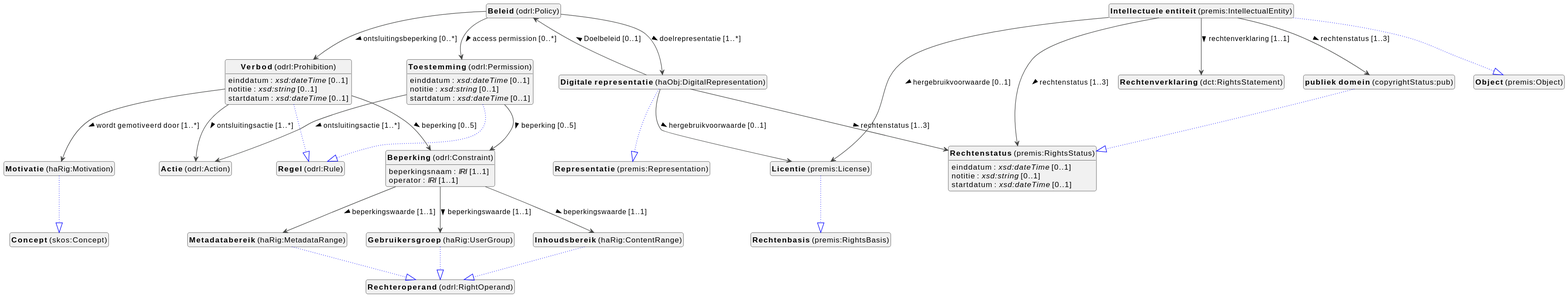
Earlier version of the PlantUML export docs/metadata/knowledge-graph/1.1.0/rights/nl/rights-diagram.svg (viaacode/documentation).
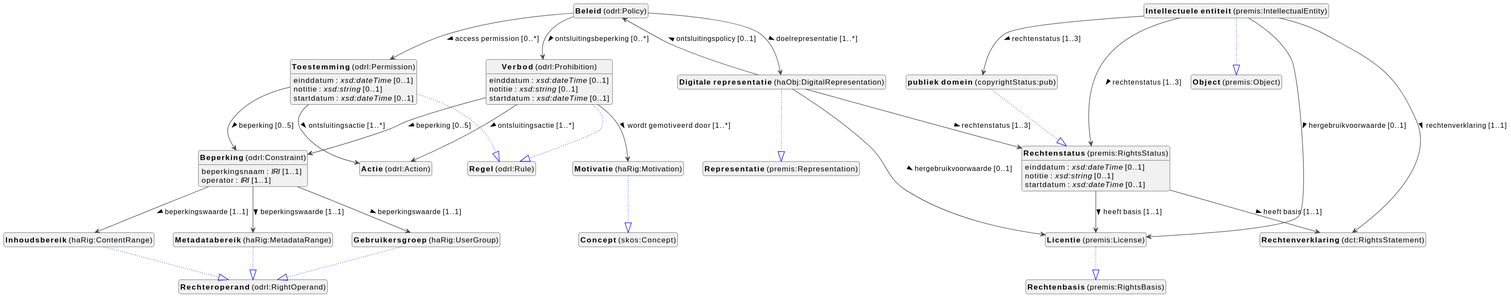
After the commit.

Diff of the diagram source:
```diff
@@ -56,7 +56,7 @@
 
 haObj_DigitalRepresentation --|> premis_Representation #blue;line.dotted;text:blue
 
-haObj_DigitalRepresentation --> odrl_Policy :Doelbeleid [0..1]  >
+haObj_DigitalRepresentation --> odrl_Policy :ontsluitingspolicy [0..1]  >
 haObj_DigitalRepresentation --> premis_License :hergebruikvoorwaarde [0..1]  >
 haObj_DigitalRepresentation --> premis_RightsStatus :rechtenstatus [1..3]  >
 
@@ -86,6 +86,8 @@
 premis_RightsStatus : einddatum : <i>xsd:dateTime</i> [0..1]
 premis_RightsStatus : notitie : <i>xsd:string</i> [0..1]
 premis_RightsStatus : startdatum : <i>xsd:dateTime</i> [0..1]
+premis_RightsStatus --> dct_RightsStatement :heeft basis [1..1]  >
+premis_RightsStatus --> premis_License :heeft basis [1..1]  >
 
 
 
```
